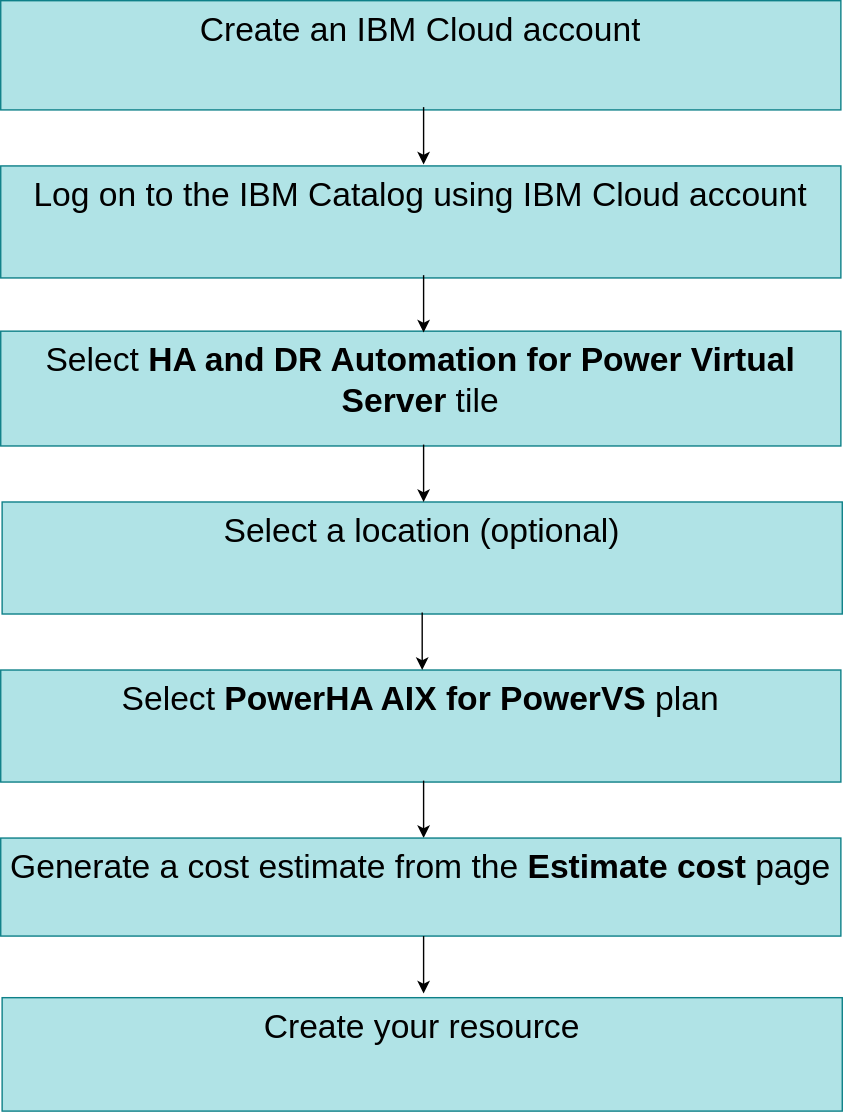
Above: images/Power-ha-suits-flow-diagram.svg in ibm-cloud-docs/dr-automation-powervs (draw.io), before the change. Source tidied: cells renumbered, new cells last; positions are measured from the earlier drawing's top-left corner, leaving out a move shared by most shapes.
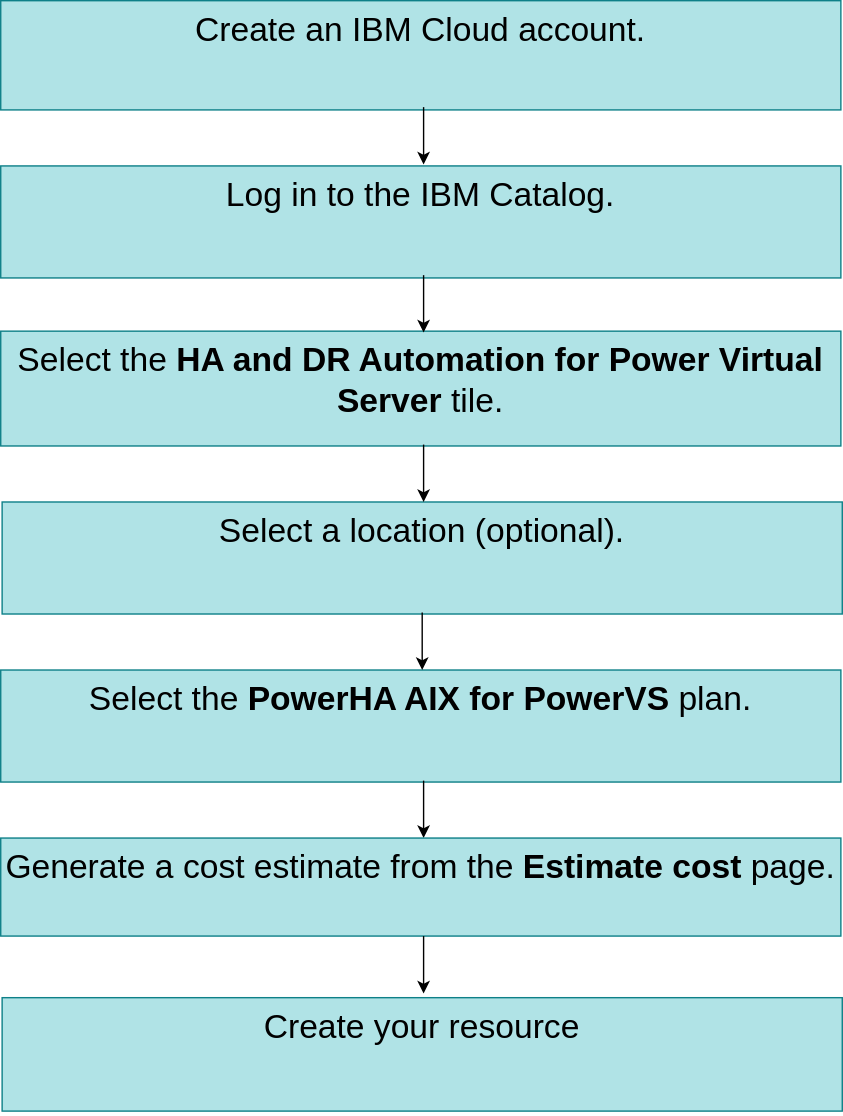
After the change.

What changed in the source:
```diff
@@ -2,22 +2,22 @@
   <root>
     <mxCell id="0" />
     <mxCell id="1" parent="0" />
-    <mxCell id="2" value="&lt;font style=&quot;font-size: 24px;&quot;&gt;Log on to the IBM Catalog using IBM Cloud account&lt;/font&gt;" style="text;html=1;whiteSpace=wrap;overflow=hidden;rounded=0;fillColor=#b0e3e6;strokeColor=#0e8088;align=center;" parent="1" vertex="1">
+    <mxCell id="2" value="&lt;font style=&quot;font-size: 24px;&quot;&gt;Log in to the IBM Catalog.&lt;/font&gt;" style="text;html=1;whiteSpace=wrap;overflow=hidden;rounded=0;fillColor=#b0e3e6;strokeColor=#0e8088;align=center;" parent="1" vertex="1">
       <mxGeometry y="118" width="600" height="80" as="geometry" />
     </mxCell>
-    <mxCell id="3" value="&lt;font style=&quot;font-size: 24px;&quot;&gt;Select&amp;nbsp;&lt;b style=&quot;&quot;&gt;HA and DR Automation for&amp;nbsp;&lt;/b&gt;&lt;b&gt;Power Virtual Server&amp;nbsp;&lt;/b&gt;tile&lt;/font&gt;" style="text;html=1;whiteSpace=wrap;overflow=hidden;rounded=0;fillColor=#b0e3e6;strokeColor=#0e8088;align=center;" parent="1" vertex="1">
+    <mxCell id="3" value="&lt;font style=&quot;font-size: 24px;&quot;&gt;Select the&amp;nbsp;&lt;b style=&quot;&quot;&gt;HA and DR Automation for&amp;nbsp;&lt;/b&gt;&lt;b&gt;Power Virtual Server&amp;nbsp;&lt;/b&gt;tile.&lt;/font&gt;" style="text;html=1;whiteSpace=wrap;overflow=hidden;rounded=0;fillColor=#b0e3e6;strokeColor=#0e8088;align=center;" parent="1" vertex="1">
       <mxGeometry y="236" width="600" height="82" as="geometry" />
     </mxCell>
-    <mxCell id="4" value="&lt;font style=&quot;font-size: 24px;&quot;&gt;Select &lt;b&gt;PowerHA AIX for PowerVS&lt;/b&gt; plan&lt;/font&gt;" style="text;html=1;whiteSpace=wrap;overflow=hidden;rounded=0;fillColor=#b0e3e6;strokeColor=#0e8088;align=center;" parent="1" vertex="1">
+    <mxCell id="4" value="&lt;font style=&quot;font-size: 24px;&quot;&gt;Select the&amp;nbsp;&lt;b&gt;PowerHA AIX for PowerVS&lt;/b&gt; plan.&lt;/font&gt;" style="text;html=1;whiteSpace=wrap;overflow=hidden;rounded=0;fillColor=#b0e3e6;strokeColor=#0e8088;align=center;" parent="1" vertex="1">
       <mxGeometry y="478" width="600" height="80" as="geometry" />
     </mxCell>
     <mxCell id="5" value="&lt;font style=&quot;font-size: 24px;&quot;&gt;Create your resource&lt;/font&gt;" style="text;html=1;whiteSpace=wrap;overflow=hidden;rounded=0;fillColor=#b0e3e6;strokeColor=#0e8088;align=center;" parent="1" vertex="1">
       <mxGeometry x="1" y="712" width="600" height="81" as="geometry" />
     </mxCell>
-    <mxCell id="6" value="&lt;font style=&quot;font-size: 24px;&quot;&gt;Create an IBM Cloud account&lt;/font&gt;" style="text;html=1;whiteSpace=wrap;overflow=hidden;rounded=0;fillColor=#b0e3e6;strokeColor=#0e8088;align=center;" parent="1" vertex="1">
+    <mxCell id="6" value="&lt;font style=&quot;font-size: 24px;&quot;&gt;Create an IBM Cloud account.&lt;/font&gt;" style="text;html=1;whiteSpace=wrap;overflow=hidden;rounded=0;fillColor=#b0e3e6;strokeColor=#0e8088;align=center;" parent="1" vertex="1">
       <mxGeometry width="600" height="78" as="geometry" />
     </mxCell>
-    <mxCell id="7" value="&lt;font style=&quot;font-size: 24px;&quot;&gt;Select a location (optional)&lt;/font&gt;" style="text;html=1;whiteSpace=wrap;overflow=hidden;rounded=0;fillColor=#b0e3e6;strokeColor=#0e8088;align=center;" parent="1" vertex="1">
+    <mxCell id="7" value="&lt;font style=&quot;font-size: 24px;&quot;&gt;Select a location (optional).&lt;/font&gt;" style="text;html=1;whiteSpace=wrap;overflow=hidden;rounded=0;fillColor=#b0e3e6;strokeColor=#0e8088;align=center;" parent="1" vertex="1">
       <mxGeometry x="1" y="358" width="600" height="80" as="geometry" />
     </mxCell>
     <mxCell id="8" style="endArrow=classic;html=1;rounded=0;" parent="1" edge="1">
@@ -50,7 +50,7 @@
         <mxPoint x="302" y="117" as="targetPoint" />
       </mxGeometry>
     </mxCell>
-    <mxCell id="13" value="&lt;font style=&quot;font-size: 24px;&quot;&gt;Generate a cost estimate from the &lt;b style=&quot;&quot;&gt;Estimate cost&lt;/b&gt; page&lt;/font&gt;" style="text;html=1;whiteSpace=wrap;overflow=hidden;rounded=0;fillColor=#b0e3e6;strokeColor=#0e8088;align=center;" parent="1" vertex="1">
+    <mxCell id="13" value="&lt;font style=&quot;font-size: 24px;&quot;&gt;Generate a cost estimate from the &lt;b style=&quot;&quot;&gt;Estimate cost&lt;/b&gt; page.&lt;/font&gt;" style="text;html=1;whiteSpace=wrap;overflow=hidden;rounded=0;fillColor=#b0e3e6;strokeColor=#0e8088;align=center;" parent="1" vertex="1">
       <mxGeometry y="598" width="600" height="70" as="geometry" />
     </mxCell>
     <mxCell id="14" style="endArrow=classic;html=1;rounded=0;" parent="1" edge="1">
```
